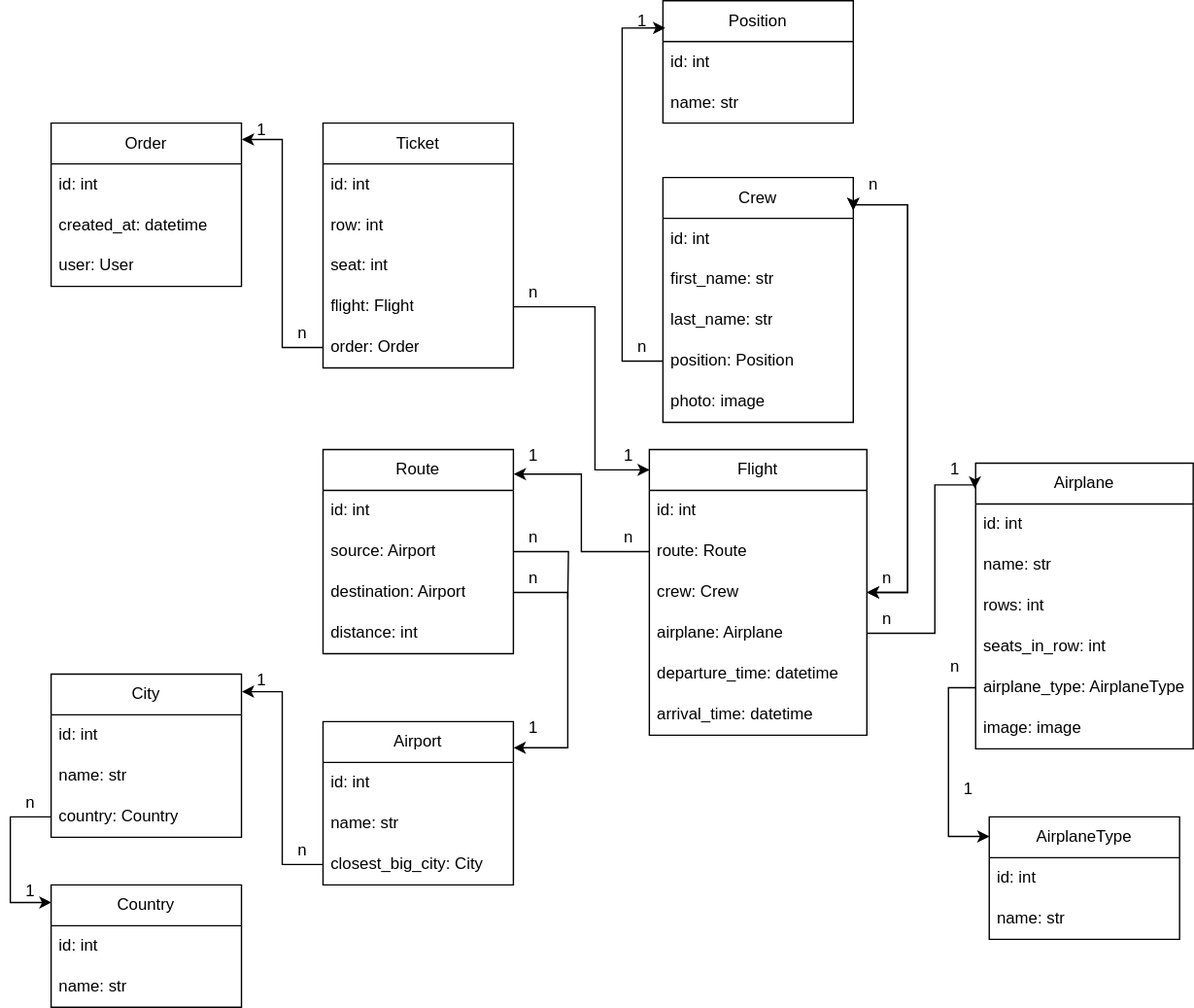
The draw.io diagram project_diagram.svg in Wenhun/airport_api, before a commit. Source tidied: cells renumbered, new cells last; positions are measured from the earlier drawing's top-left corner, leaving out a move shared by most shapes.
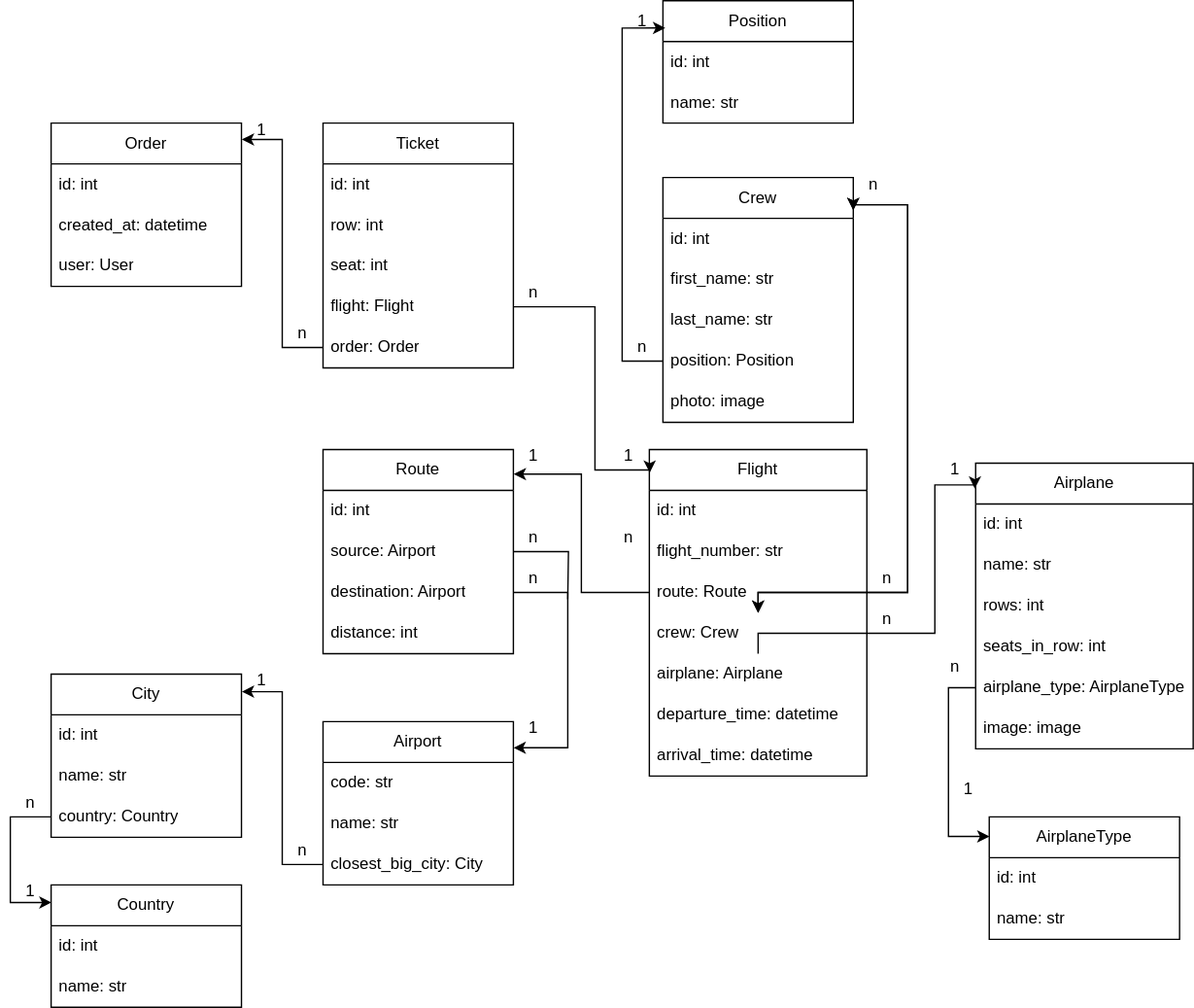
Above is the later version.

What changed in the source:
```diff
@@ -3,25 +3,28 @@
     <mxCell id="0" />
     <mxCell id="1" parent="0" />
     <mxCell id="2" value="Flight" style="swimlane;fontStyle=0;horizontal=1;startSize=30;whiteSpace=wrap;html=1;" parent="1" vertex="1">
-      <mxGeometry x="470" y="330" width="160" height="210" as="geometry" />
+      <mxGeometry x="470" y="330" width="160" height="240" as="geometry" />
     </mxCell>
     <mxCell id="3" value="id: int" style="text;strokeColor=none;fillColor=none;align=left;verticalAlign=middle;spacingLeft=4;spacingRight=4;overflow=hidden;whiteSpace=wrap;html=1;" parent="2" vertex="1">
       <mxGeometry y="30" width="160" height="30" as="geometry" />
     </mxCell>
+    <mxCell id="87" value="flight_number: str" style="text;strokeColor=none;fillColor=none;align=left;verticalAlign=middle;spacingLeft=4;spacingRight=4;overflow=hidden;whiteSpace=wrap;html=1;" parent="2" vertex="1">
+      <mxGeometry y="60" width="160" height="30" as="geometry" />
+    </mxCell>
     <mxCell id="4" value="route: Route" style="text;strokeColor=none;fillColor=none;align=left;verticalAlign=middle;spacingLeft=4;spacingRight=4;overflow=hidden;points=[[0,0.5],[1,0.5]];portConstraint=eastwest;whiteSpace=wrap;html=1;" parent="2" vertex="1">
-      <mxGeometry y="60" width="160" height="30" as="geometry" />
+      <mxGeometry y="90" width="160" height="30" as="geometry" />
     </mxCell>
     <mxCell id="5" value="crew: Crew" style="text;strokeColor=none;fillColor=none;align=left;verticalAlign=middle;spacingLeft=4;spacingRight=4;overflow=hidden;points=[[0,0.5],[1,0.5]];portConstraint=eastwest;whiteSpace=wrap;html=1;" parent="2" vertex="1">
-      <mxGeometry y="90" width="160" height="30" as="geometry" />
+      <mxGeometry y="120" width="160" height="30" as="geometry" />
     </mxCell>
     <mxCell id="6" value="airplane: Airplane" style="text;strokeColor=none;fillColor=none;align=left;verticalAlign=middle;spacingLeft=4;spacingRight=4;overflow=hidden;points=[[0,0.5],[1,0.5]];portConstraint=eastwest;whiteSpace=wrap;html=1;" parent="2" vertex="1">
-      <mxGeometry y="120" width="160" height="30" as="geometry" />
+      <mxGeometry y="150" width="160" height="30" as="geometry" />
     </mxCell>
     <mxCell id="7" value="departure_time: datetime" style="text;strokeColor=none;fillColor=none;align=left;verticalAlign=middle;spacingLeft=4;spacingRight=4;overflow=hidden;whiteSpace=wrap;html=1;" parent="2" vertex="1">
-      <mxGeometry y="150" width="160" height="30" as="geometry" />
+      <mxGeometry y="180" width="160" height="30" as="geometry" />
     </mxCell>
     <mxCell id="8" value="arrival_time: datetime" style="text;strokeColor=none;fillColor=none;align=left;verticalAlign=middle;spacingLeft=4;spacingRight=4;overflow=hidden;whiteSpace=wrap;html=1;" parent="2" vertex="1">
-      <mxGeometry y="180" width="160" height="30" as="geometry" />
+      <mxGeometry y="210" width="160" height="30" as="geometry" />
     </mxCell>
     <mxCell id="9" value="Crew" style="swimlane;fontStyle=0;horizontal=1;startSize=30;whiteSpace=wrap;html=1;" parent="1" vertex="1">
       <mxGeometry x="480" y="130" width="140" height="180" as="geometry" />
@@ -124,7 +127,7 @@
     <mxCell id="41" value="Airport" style="swimlane;fontStyle=0;horizontal=1;startSize=30;whiteSpace=wrap;html=1;" parent="1" vertex="1">
       <mxGeometry x="230" y="530" width="140" height="120" as="geometry" />
     </mxCell>
-    <mxCell id="42" value="id: int" style="text;strokeColor=none;fillColor=none;align=left;verticalAlign=middle;spacingLeft=4;spacingRight=4;overflow=hidden;whiteSpace=wrap;html=1;" parent="41" vertex="1">
+    <mxCell id="42" value="code: str" style="text;strokeColor=none;fillColor=none;align=left;verticalAlign=middle;spacingLeft=4;spacingRight=4;overflow=hidden;whiteSpace=wrap;html=1;" parent="41" vertex="1">
       <mxGeometry y="30" width="140" height="30" as="geometry" />
     </mxCell>
     <mxCell id="43" value="name: str" style="text;strokeColor=none;fillColor=none;align=left;verticalAlign=middle;spacingLeft=4;spacingRight=4;overflow=hidden;whiteSpace=wrap;html=1;" parent="41" vertex="1">
```
